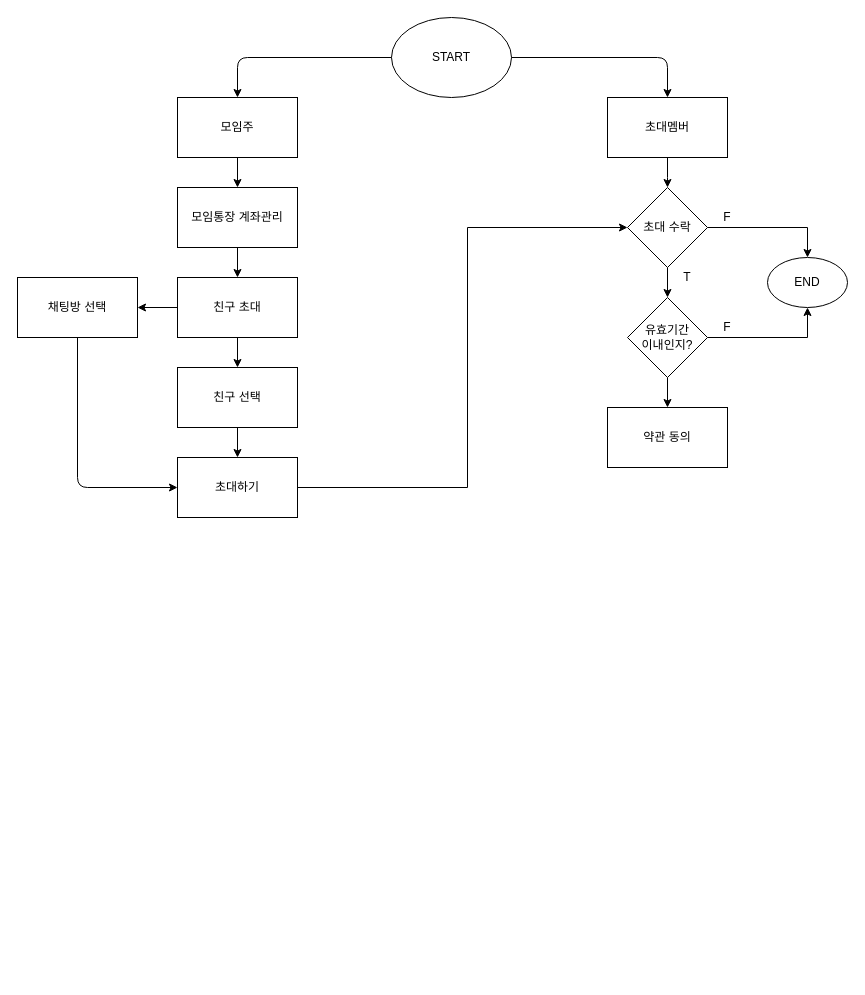
Before: Untitled Diagram_2.drawio in h22j2n/BeakJoon, a draw.io diagram. Source tidied: cells renumbered, new cells numbered last; positions are measured from the earlier drawing's top-left corner, leaving out a move shared by most shapes. Both pictures are drawn from the tidied source at 100%, with x=0, y=0 at pixel (17, 17).
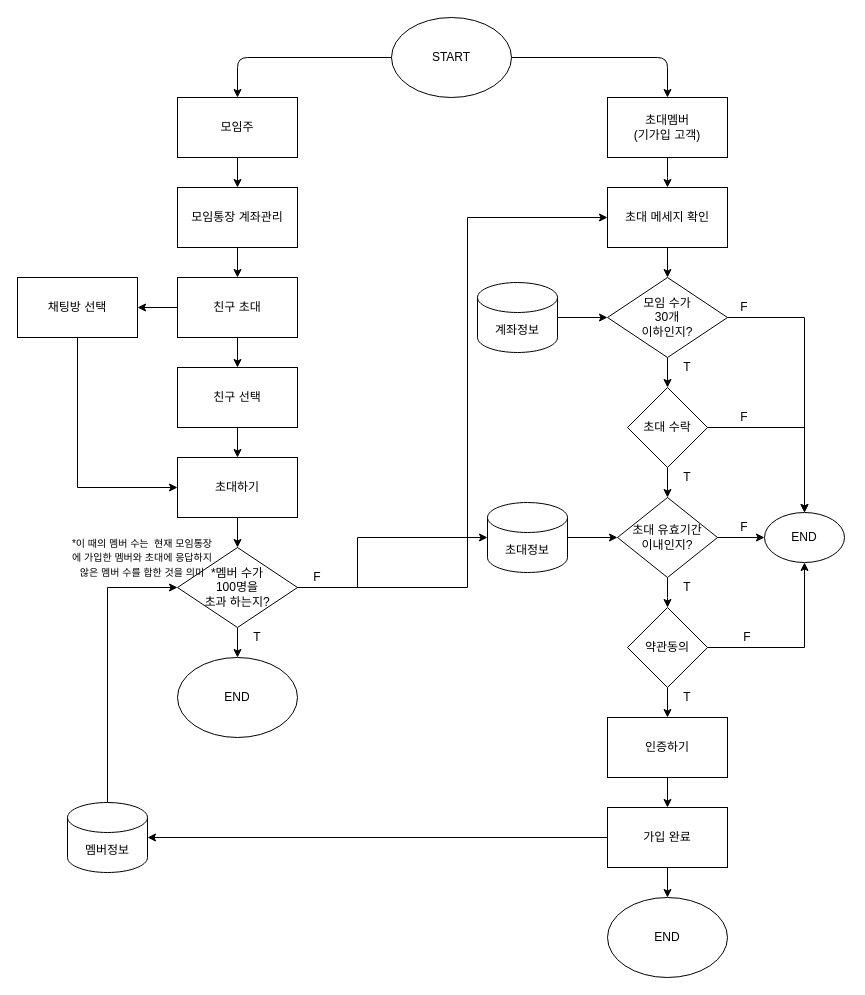
The same diagram, later.

The change refers to these unchanged cells:
```xml
<mxCell id="16" value="채팅방 선택" style="whiteSpace=wrap;html=1;rounded=0;" parent="1" vertex="1">
  <mxGeometry y="260" width="120" height="60" as="geometry" />
</mxCell>
<mxCell id="18" value="초대하기" style="whiteSpace=wrap;html=1;rounded=0;" parent="1" vertex="1">
  <mxGeometry x="160" y="440" width="120" height="60" as="geometry" />
</mxCell>
```

Change to the diagram source:
```diff
@@
-    <mxCell id="6" value="초대멤버" style="rounded=0;whiteSpace=wrap;html=1;" parent="1" vertex="1">
+    <mxCell id="6" value="초대멤버&lt;br&gt;(기가입 고객)" style="rounded=0;whiteSpace=wrap;html=1;" parent="1" vertex="1">
       <mxGeometry x="590" y="80" width="120" height="60" as="geometry" />
     </mxCell>
@@
-    <mxCell id="17" style="edgeStyle=orthogonalEdgeStyle;rounded=0;jettySize=auto;html=1;entryX=0;entryY=0.5;entryDx=0;entryDy=0;" parent="1" edge="1" source="18" target="22">
+    <mxCell id="17" style="edgeStyle=orthogonalEdgeStyle;rounded=0;jettySize=auto;html=1;entryX=0;entryY=0.5;entryDx=0;entryDy=0;exitX=1;exitY=0.5;exitDx=0;exitDy=0;" parent="1" edge="1" source="46" target="42">
       <mxGeometry relative="1" as="geometry">
         <Array as="points">
-          <mxPoint x="450" y="470" />
-          <mxPoint x="450" y="210" />
+          <mxPoint x="450" y="570" />
+          <mxPoint x="450" y="200" />
         </Array>
       </mxGeometry>
     </mxCell>
+    <mxCell id="31" style="edgeStyle=orthogonalEdgeStyle;rounded=0;jettySize=auto;html=1;" parent="1" edge="1" source="18" target="46">
+      <mxGeometry relative="1" as="geometry" />
+    </mxCell>
@@
-    <mxCell id="19" style="endArrow=classic;html=1;exitX=0.5;exitY=1;exitDx=0;exitDy=0;entryX=0;entryY=0.5;entryDx=0;entryDy=0;" parent="1" edge="1" source="16" target="18">
+    <mxCell id="19" style="endArrow=classic;html=1;exitX=0.5;exitY=1;exitDx=0;exitDy=0;entryX=0;entryY=0.5;entryDx=0;entryDy=0;rounded=0;" parent="1" edge="1" source="16" target="18">
       <mxGeometry relative="1" as="geometry">
         <Array as="points">
           <mxPoint x="60" y="470" />
         </Array>
       </mxGeometry>
     </mxCell>
@@
     <mxCell id="21" style="edgeStyle=orthogonalEdgeStyle;rounded=0;jettySize=auto;html=1;entryX=0.5;entryY=0;entryDx=0;entryDy=0;" parent="1" edge="1" source="22" target="26">
-      <mxGeometry relative="1" as="geometry" />
+      <mxGeometry relative="1" as="geometry">
+        <Array as="points">
+          <mxPoint x="787" y="410" />
+        </Array>
+      </mxGeometry>
     </mxCell>
     <mxCell id="22" value="초대 수락" style="rhombus;whiteSpace=wrap;html=1;" parent="1" vertex="1">
-      <mxGeometry x="610" y="170" width="80" height="80" as="geometry" />
+      <mxGeometry x="610" y="370" width="80" height="80" as="geometry" />
     </mxCell>
-    <mxCell id="23" style="edgeStyle=orthogonalEdgeStyle;rounded=0;jettySize=auto;html=1;entryX=0.5;entryY=1;entryDx=0;entryDy=0;" parent="1" edge="1" source="25" target="26">
-      <mxGeometry relative="1" as="geometry" />
+    <mxCell id="23" style="edgeStyle=orthogonalEdgeStyle;rounded=0;jettySize=auto;html=1;entryX=0;entryY=0.5;entryDx=0;entryDy=0;" parent="1" edge="1" source="25" target="26">
+      <mxGeometry relative="1" as="geometry">
+        <Array as="points">
+          <mxPoint x="740" y="520" />
+          <mxPoint x="740" y="520" />
+        </Array>
+      </mxGeometry>
     </mxCell>
-    <mxCell id="24" style="edgeStyle=orthogonalEdgeStyle;rounded=0;jettySize=auto;html=1;" parent="1" edge="1" source="25" target="30">
-      <mxGeometry relative="1" as="geometry" />
+    <mxCell id="24" style="edgeStyle=orthogonalEdgeStyle;rounded=0;jettySize=auto;html=1;" parent="1" edge="1" source="25">
+      <mxGeometry relative="1" as="geometry">
+        <mxPoint x="650" y="590" as="targetPoint" />
+      </mxGeometry>
     </mxCell>
-    <mxCell id="25" value="유효기간&lt;br&gt;이내인지?" style="rhombus;whiteSpace=wrap;html=1;" parent="1" vertex="1">
-      <mxGeometry x="610" y="280" width="80" height="80" as="geometry" />
+    <mxCell id="25" value="초대&amp;nbsp;유효기간&lt;br&gt;이내인지?" style="rhombus;whiteSpace=wrap;html=1;" parent="1" vertex="1">
+      <mxGeometry x="600" y="480" width="100" height="80" as="geometry" />
     </mxCell>
     <mxCell id="26" value="END" style="ellipse;whiteSpace=wrap;html=1;" parent="1" vertex="1">
-      <mxGeometry x="750" y="240" width="80" height="50" as="geometry" />
+      <mxGeometry x="747" y="495" width="80" height="50" as="geometry" />
     </mxCell>
     <mxCell id="27" value="F" style="text;html=1;strokeColor=none;fillColor=none;align=center;verticalAlign=middle;whiteSpace=wrap;rounded=0;" parent="1" vertex="1">
-      <mxGeometry x="690" y="190" width="40" height="20" as="geometry" />
+      <mxGeometry x="707" y="390" width="40" height="20" as="geometry" />
     </mxCell>
     <mxCell id="28" value="T" style="text;html=1;strokeColor=none;fillColor=none;align=center;verticalAlign=middle;whiteSpace=wrap;rounded=0;" parent="1" vertex="1">
-      <mxGeometry x="650" y="250" width="40" height="20" as="geometry" />
+      <mxGeometry x="650" y="450" width="40" height="20" as="geometry" />
     </mxCell>
     <mxCell id="29" value="F" style="text;html=1;strokeColor=none;fillColor=none;align=center;verticalAlign=middle;whiteSpace=wrap;rounded=0;" parent="1" vertex="1">
-      <mxGeometry x="690" y="300" width="40" height="20" as="geometry" />
+      <mxGeometry x="707" y="500" width="40" height="20" as="geometry" />
     </mxCell>
-    <mxCell id="30" value="약관 동의" style="whiteSpace=wrap;html=1;" parent="1" vertex="1">
-      <mxGeometry x="590" y="390" width="120" height="60" as="geometry" />
-    </mxCell>
+    <mxCell id="32" style="edgeStyle=orthogonalEdgeStyle;rounded=0;jettySize=auto;html=1;" parent="1" edge="1" source="33" target="37">
+      <mxGeometry relative="1" as="geometry" />
+    </mxCell>
+    <mxCell id="33" value="약관동의" style="rhombus;whiteSpace=wrap;html=1;" parent="1" vertex="1">
+      <mxGeometry x="610" y="590" width="80" height="80" as="geometry" />
+    </mxCell>
+    <mxCell id="34" style="endArrow=classic;html=1;exitX=1;exitY=0.5;exitDx=0;exitDy=0;entryX=0.5;entryY=1;entryDx=0;entryDy=0;rounded=0;" parent="1" edge="1" source="33" target="26">
+      <mxGeometry relative="1" as="geometry">
+        <Array as="points">
+          <mxPoint x="787" y="630" />
+        </Array>
+      </mxGeometry>
+    </mxCell>
+    <mxCell id="35" value="T" style="text;html=1;strokeColor=none;fillColor=none;align=center;verticalAlign=middle;whiteSpace=wrap;rounded=0;" parent="1" vertex="1">
+      <mxGeometry x="650" y="560" width="40" height="20" as="geometry" />
+    </mxCell>
+    <mxCell id="36" style="edgeStyle=orthogonalEdgeStyle;rounded=0;jettySize=auto;html=1;" parent="1" edge="1" source="37" target="40">
+      <mxGeometry relative="1" as="geometry" />
+    </mxCell>
+    <mxCell id="37" value="인증하기" style="whiteSpace=wrap;html=1;" parent="1" vertex="1">
+      <mxGeometry x="590" y="700" width="120" height="60" as="geometry" />
+    </mxCell>
+    <mxCell id="38" style="edgeStyle=orthogonalEdgeStyle;rounded=0;jettySize=auto;html=1;" parent="1" edge="1" source="40" target="56">
+      <mxGeometry relative="1" as="geometry" />
+    </mxCell>
+    <mxCell id="39" style="edgeStyle=orthogonalEdgeStyle;rounded=0;jettySize=auto;html=1;entryX=1;entryY=0.5;entryDx=0;entryDy=0;entryPerimeter=0;" parent="1" edge="1" source="40" target="62">
+      <mxGeometry relative="1" as="geometry" />
+    </mxCell>
+    <mxCell id="40" value="가입 완료" style="whiteSpace=wrap;html=1;" parent="1" vertex="1">
+      <mxGeometry x="590" y="790" width="120" height="60" as="geometry" />
+    </mxCell>
+    <mxCell id="41" style="edgeStyle=orthogonalEdgeStyle;rounded=0;jettySize=auto;html=1;" parent="1" edge="1" source="42" target="51">
+      <mxGeometry relative="1" as="geometry" />
+    </mxCell>
+    <mxCell id="42" value="초대 메세지 확인" style="rounded=0;whiteSpace=wrap;html=1;" parent="1" vertex="1">
+      <mxGeometry x="590" y="170" width="120" height="60" as="geometry" />
+    </mxCell>
+    <mxCell id="43" value="T" style="text;html=1;strokeColor=none;fillColor=none;align=center;verticalAlign=middle;whiteSpace=wrap;rounded=0;" parent="1" vertex="1">
+      <mxGeometry x="650" y="670" width="40" height="20" as="geometry" />
+    </mxCell>
+    <mxCell id="44" value="F" style="text;html=1;strokeColor=none;fillColor=none;align=center;verticalAlign=middle;whiteSpace=wrap;rounded=0;" parent="1" vertex="1">
+      <mxGeometry x="710" y="610" width="40" height="20" as="geometry" />
+    </mxCell>
+    <mxCell id="45" style="edgeStyle=orthogonalEdgeStyle;rounded=0;jettySize=auto;html=1;" parent="1" edge="1" source="46" target="47">
+      <mxGeometry relative="1" as="geometry" />
+    </mxCell>
+    <mxCell id="46" value="*멤버 수가&lt;br&gt;100명을&lt;br&gt;초과 하는지?" style="rhombus;whiteSpace=wrap;html=1;rounded=0;" parent="1" vertex="1">
+      <mxGeometry x="160" y="530" width="120" height="80" as="geometry" />
+    </mxCell>
+    <mxCell id="47" value="END" style="ellipse;whiteSpace=wrap;html=1;rounded=0;" parent="1" vertex="1">
+      <mxGeometry x="160" y="640" width="120" height="80" as="geometry" />
+    </mxCell>
+    <mxCell id="48" value="F" style="text;html=1;strokeColor=none;fillColor=none;align=center;verticalAlign=middle;whiteSpace=wrap;rounded=0;" parent="1" vertex="1">
+      <mxGeometry x="280" y="550" width="40" height="20" as="geometry" />
+    </mxCell>
+    <mxCell id="49" value="T" style="text;html=1;strokeColor=none;fillColor=none;align=center;verticalAlign=middle;whiteSpace=wrap;rounded=0;" parent="1" vertex="1">
+      <mxGeometry x="220" y="610" width="40" height="20" as="geometry" />
+    </mxCell>
+    <mxCell id="50" style="edgeStyle=orthogonalEdgeStyle;rounded=0;jettySize=auto;html=1;" parent="1" edge="1" source="51" target="22">
+      <mxGeometry relative="1" as="geometry" />
+    </mxCell>
+    <mxCell id="51" value="모임 수가&lt;br&gt;30개 &lt;br&gt;이하인지?" style="rhombus;whiteSpace=wrap;html=1;" parent="1" vertex="1">
+      <mxGeometry x="590" y="260" width="120" height="80" as="geometry" />
+    </mxCell>
+    <mxCell id="52" style="endArrow=classic;html=1;exitX=1;exitY=0.5;exitDx=0;exitDy=0;entryX=0.5;entryY=0;entryDx=0;entryDy=0;rounded=0;" parent="1" edge="1" source="51" target="26">
+      <mxGeometry relative="1" as="geometry">
+        <Array as="points">
+          <mxPoint x="787" y="300" />
+        </Array>
+      </mxGeometry>
+    </mxCell>
+    <mxCell id="53" value="F" style="text;html=1;strokeColor=none;fillColor=none;align=center;verticalAlign=middle;whiteSpace=wrap;rounded=0;" parent="1" vertex="1">
+      <mxGeometry x="707" y="280" width="40" height="20" as="geometry" />
+    </mxCell>
+    <mxCell id="54" value="T" style="text;html=1;strokeColor=none;fillColor=none;align=center;verticalAlign=middle;whiteSpace=wrap;rounded=0;" parent="1" vertex="1">
+      <mxGeometry x="650" y="340" width="40" height="20" as="geometry" />
+    </mxCell>
+    <mxCell id="55" value="&lt;font style=&quot;font-size: 10px&quot;&gt;*이 때의 멤버 수는 &amp;nbsp;현재 모임통장에 가입한 멤버와 초대에 응답하지 않은 멤버 수를 합한 것을 의미&lt;/font&gt;" style="text;html=1;strokeColor=none;fillColor=none;align=center;verticalAlign=middle;whiteSpace=wrap;rounded=0;" parent="1" vertex="1">
+      <mxGeometry x="50" y="530" width="150" height="20" as="geometry" />
+    </mxCell>
+    <mxCell id="56" value="END" style="ellipse;whiteSpace=wrap;html=1;rounded=0;" parent="1" vertex="1">
+      <mxGeometry x="590" y="880" width="120" height="80" as="geometry" />
+    </mxCell>
+    <mxCell id="57" style="edgeStyle=orthogonalEdgeStyle;rounded=0;jettySize=auto;html=1;" parent="1" edge="1" source="58" target="51">
+      <mxGeometry relative="1" as="geometry" />
+    </mxCell>
+    <mxCell id="58" value="계좌정보" style="shape=cylinder3;whiteSpace=wrap;html=1;boundedLbl=1;backgroundOutline=1;size=15;" parent="1" vertex="1">
+      <mxGeometry x="460" y="265" width="80" height="70" as="geometry" />
+    </mxCell>
+    <mxCell id="59" style="edgeStyle=orthogonalEdgeStyle;rounded=0;jettySize=auto;html=1;" parent="1" edge="1" source="60" target="25">
+      <mxGeometry relative="1" as="geometry" />
+    </mxCell>
+    <mxCell id="60" value="초대정보" style="shape=cylinder3;whiteSpace=wrap;html=1;boundedLbl=1;backgroundOutline=1;size=15;" parent="1" vertex="1">
+      <mxGeometry x="470" y="485" width="80" height="70" as="geometry" />
+    </mxCell>
+    <mxCell id="61" style="endArrow=classic;html=1;entryX=0;entryY=0.5;entryDx=0;entryDy=0;entryPerimeter=0;exitX=1;exitY=0.5;exitDx=0;exitDy=0;rounded=0;" parent="1" edge="1" source="46" target="60">
+      <mxGeometry relative="1" as="geometry">
+        <Array as="points">
+          <mxPoint x="340" y="570" />
+          <mxPoint x="340" y="520" />
+        </Array>
+      </mxGeometry>
+    </mxCell>
+    <mxCell id="62" value="멤버정보" style="shape=cylinder3;whiteSpace=wrap;html=1;boundedLbl=1;backgroundOutline=1;size=15;" parent="1" vertex="1">
+      <mxGeometry x="50" y="785" width="80" height="70" as="geometry" />
+    </mxCell>
+    <mxCell id="63" style="endArrow=classic;html=1;exitX=0.5;exitY=0;exitDx=0;exitDy=0;exitPerimeter=0;entryX=0;entryY=0.5;entryDx=0;entryDy=0;rounded=0;" parent="1" edge="1" source="62" target="46">
+      <mxGeometry relative="1" as="geometry">
+        <Array as="points">
+          <mxPoint x="90" y="570" />
+        </Array>
+      </mxGeometry>
+    </mxCell>
```
